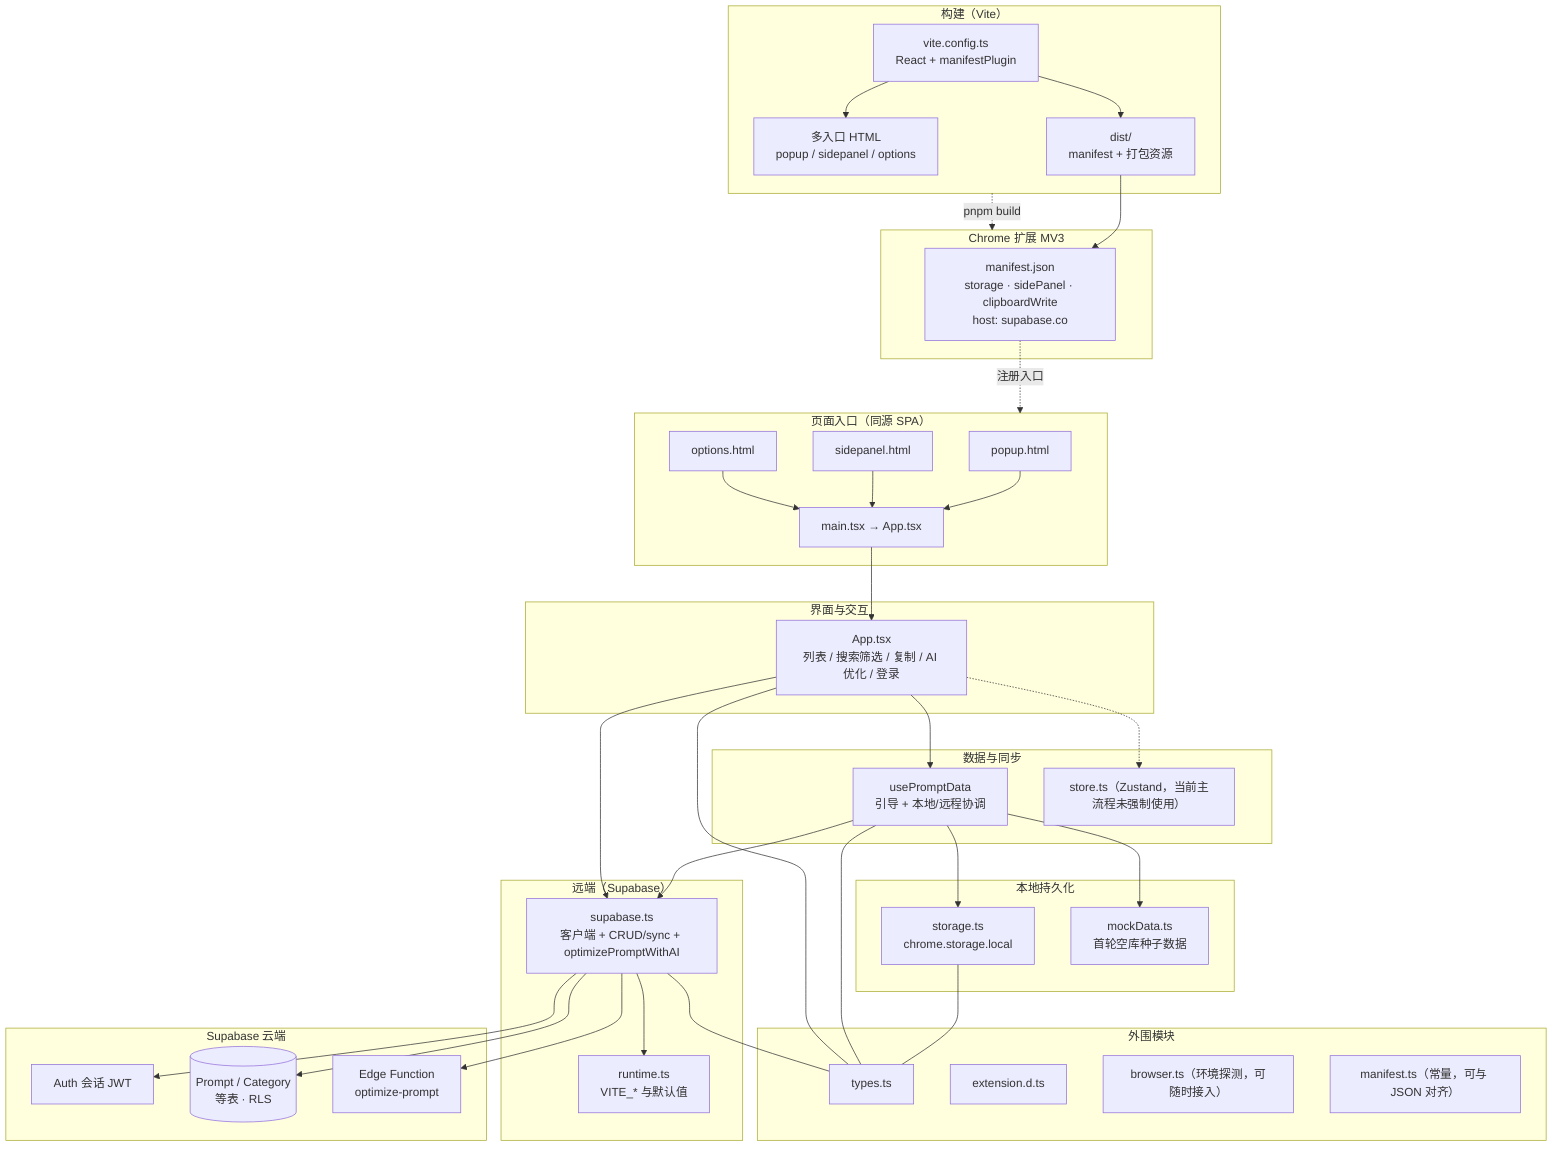
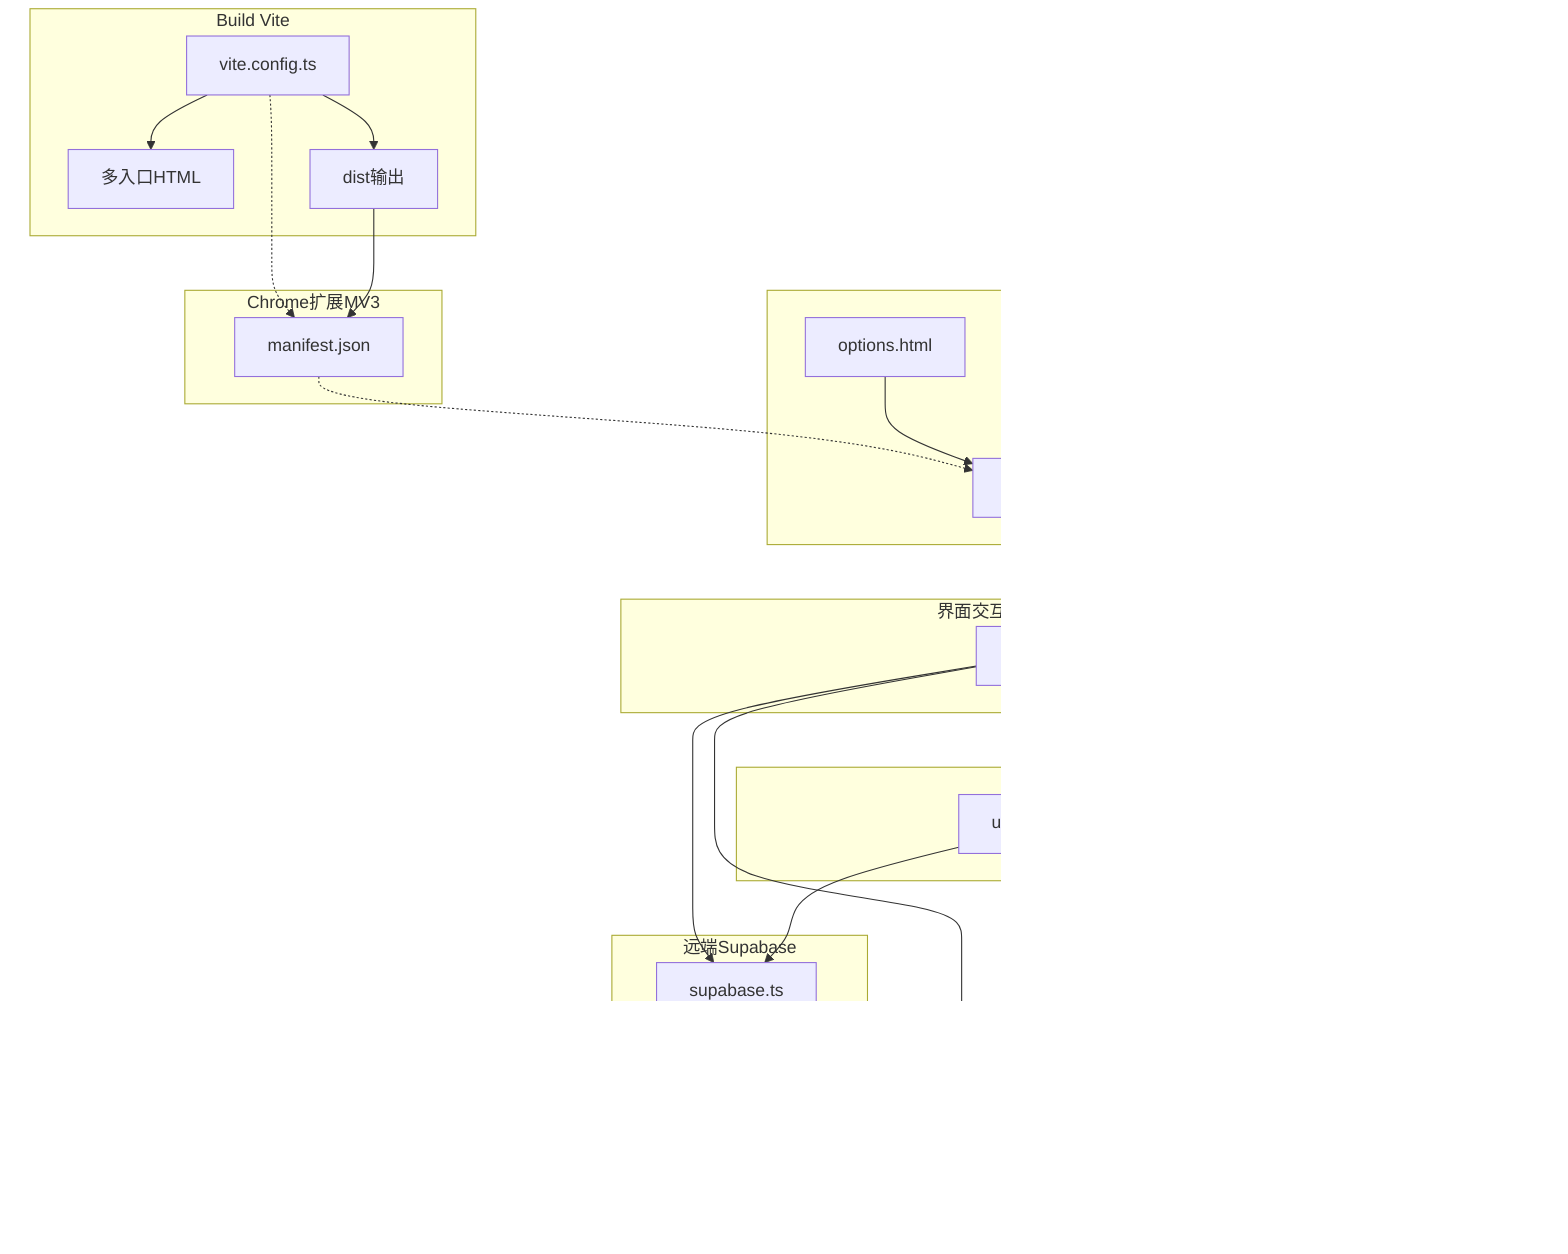
%% apps/extension 架构简图（Mermaid）
- %% 可在支持 Mermaid 的编辑器或 VS Code 插件中预览；或粘贴到文档中并用 ```mermaid 包裹
+ %% 可在支持 Mermaid 的编辑器或 VS Code 插件中预览

flowchart TB
-   subgraph Build["构建（Vite）"]
-     Vite["vite.config.ts\nReact + manifestPlugin"]
-     Entries["多入口 HTML\npopup / sidepanel / options"]
-     Dist["dist/\nmanifest + 打包资源"]
-     Vite --> Entries
-     Vite --> Dist
-   end
+     subgraph Build[Build Vite]
+         Vite[vite.config.ts]
+         Entries[多入口HTML]
+         Dist[dist输出]
+         Vite --> Entries
+         Vite --> Dist
+     end

-   subgraph Chrome["Chrome 扩展 MV3"]
-     Manifest["manifest.json\nstorage · sidePanel · clipboardWrite\nhost: supabase.co"]
+     subgraph Chrome[Chrome扩展MV3]
+         Manifest[manifest.json]
+     end
+ 
    Dist --> Manifest
-   end

-   Manifest -.->|"注册入口"| Entry
+     subgraph PageEntry[页面入口]
+         Popup[popup.html]
+         Side[sidepanel.html]
+         Opt[options.html]
+         Main[main.tsx]
+         Popup --> Main
+         Side --> Main
+         Opt --> Main
+     end

-   subgraph Entry["页面入口（同源 SPA）"]
-     Popup["popup.html"]
-     Side["sidepanel.html"]
-     Opt["options.html"]
-     Main["main.tsx → App.tsx"]
-     Popup --> Main
-     Side --> Main
-     Opt --> Main
-   end
+     Manifest -.-> Main

-   subgraph UI["界面与交互"]
-     App["App.tsx\n列表 / 搜索筛选 / 复制 / AI 优化 / 登录"]
-     Main --> App
-   end
+     subgraph UI[界面交互]
+         App[App.tsx]
+         Main --> App
+     end

-   subgraph Data["数据与同步"]
-     Hook["usePromptData\n引导 + 本地/远程协调"]
-     Store["store.ts（Zustand，当前主流程未强制使用）"]
-     App --> Hook
-     App -.-> Store
-   end
+     subgraph Data[数据同步]
+         Hook[usePromptData]
+         Store[store.ts]
+         App --> Hook
+         App -.-> Store
+     end

-   subgraph Local["本地持久化"]
-     Storage["storage.ts\nchrome.storage.local"]
-     Mock["mockData.ts\n首轮空库种子数据"]
-     Hook --> Storage
-     Hook --> Mock
-   end
+     subgraph Local[本地持久化]
+         Storage[storage.ts]
+         Mock[mockData.ts]
+         Hook --> Storage
+         Hook --> Mock
+     end

-   subgraph Remote["远端（Supabase）"]
-     SB["supabase.ts\n客户端 + CRUD/sync + optimizePromptWithAI"]
-     RT["runtime.ts\nVITE_* 与默认值"]
-     Hook --> SB
-     App --> SB
-     SB --> RT
-   end
+     subgraph Remote[远端Supabase]
+         SB[supabase.ts]
+         RT[runtime.ts]
+         Hook --> SB
+         App --> SB
+         SB --> RT
+     end

-   subgraph Ext["外围模块"]
-     Types["types.ts"]
-     ExtTypes["extension.d.ts"]
-     BrowserUtil["browser.ts（环境探测，可随时接入）"]
-     ManifestTs["manifest.ts（常量，可与 JSON 对齐）"]
-     SB --- Types
-     Storage --- Types
-     Hook --- Types
-     App --- Types
-   end
+     subgraph Ext[外围模块]
+         Types[types.ts]
+         BrowserUtil[browser.ts]
+         ManifestTs[manifest.ts]
+         SB --- Types
+         Storage --- Types
+         Hook --- Types
+         App --- Types
+     end

-   subgraph Cloud["Supabase 云端"]
-     Auth["Auth 会话 JWT"]
-     DB[("Prompt / Category\n等表 · RLS")]
-     Fn["Edge Function\noptimize-prompt"]
-     SB --> Auth
-     SB --> DB
-     SB --> Fn
-   end
+     subgraph Cloud[Supabase云端]
+         Auth[Auth会话]
+         DB[(数据库表)]
+         Fn[EdgeFunction]
+         SB --> Auth
+         SB --> DB
+         SB --> Fn
+     end

-   Build -.->|"pnpm build"| Chrome
+     Vite -.-> Manifest
